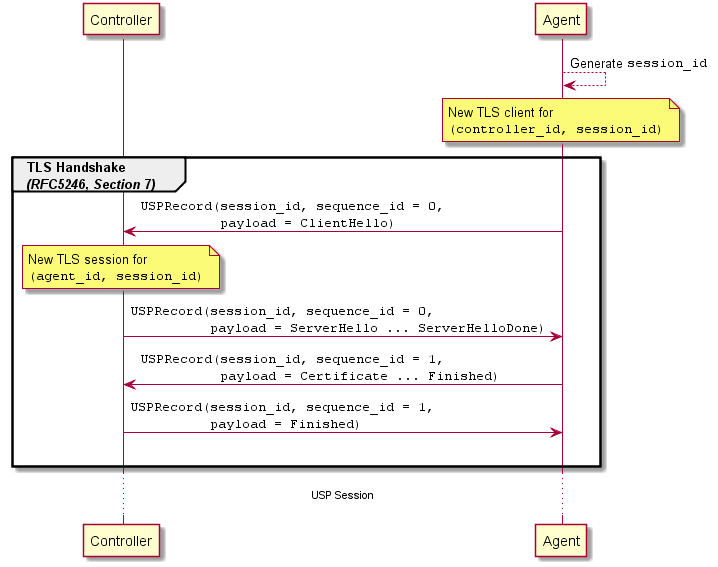
BroadbandForum/usp keeps this PlantUML diagram as specification/e2e-message-exchange/handshake.png. Above is the earlier version.
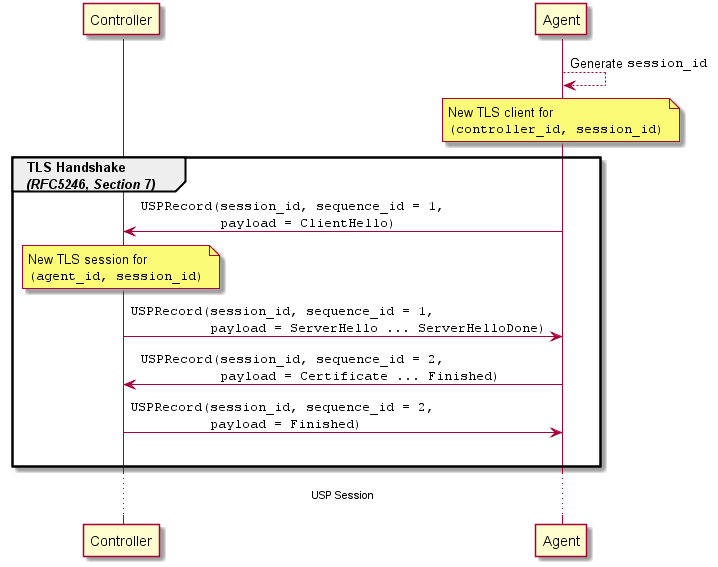
The same file after the commit.

Commit message:
sequence_id updated (USP-374)

The edit, as a diff of the source:
```diff
@@ -6,11 +6,11 @@
 A --> A : Generate ""session_id""
 note over A : New TLS client for\n""(controller_id, session_id)""
 group TLS Handshake\n//(RFC5246, Section 7)//
-A -> C : ""USPRecord(session_id, sequence_id = 0,""\n""\t  payload = ClientHello)""
+A -> C : ""USPRecord(session_id, sequence_id = 1,""\n""\t  payload = ClientHello)""
 note over C : New TLS session for\n""(agent_id, session_id)""
-C -> A : ""USPRecord(session_id, sequence_id = 0,""\n""\t  payload = ServerHello ... ServerHelloDone)""
-A -> C : ""USPRecord(session_id, sequence_id = 1,""\n""\t  payload = Certificate ... Finished)""
-C -> A : ""USPRecord(session_id, sequence_id = 1,""\n""\t  payload = Finished)""
+C -> A : ""USPRecord(session_id, sequence_id = 1,""\n""\t  payload = ServerHello ... ServerHelloDone)""
+A -> C : ""USPRecord(session_id, sequence_id = 2,""\n""\t  payload = Certificate ... Finished)""
+C -> A : ""USPRecord(session_id, sequence_id = 2,""\n""\t  payload = Finished)""
 |||
 end
 ... USP Session ...
```
